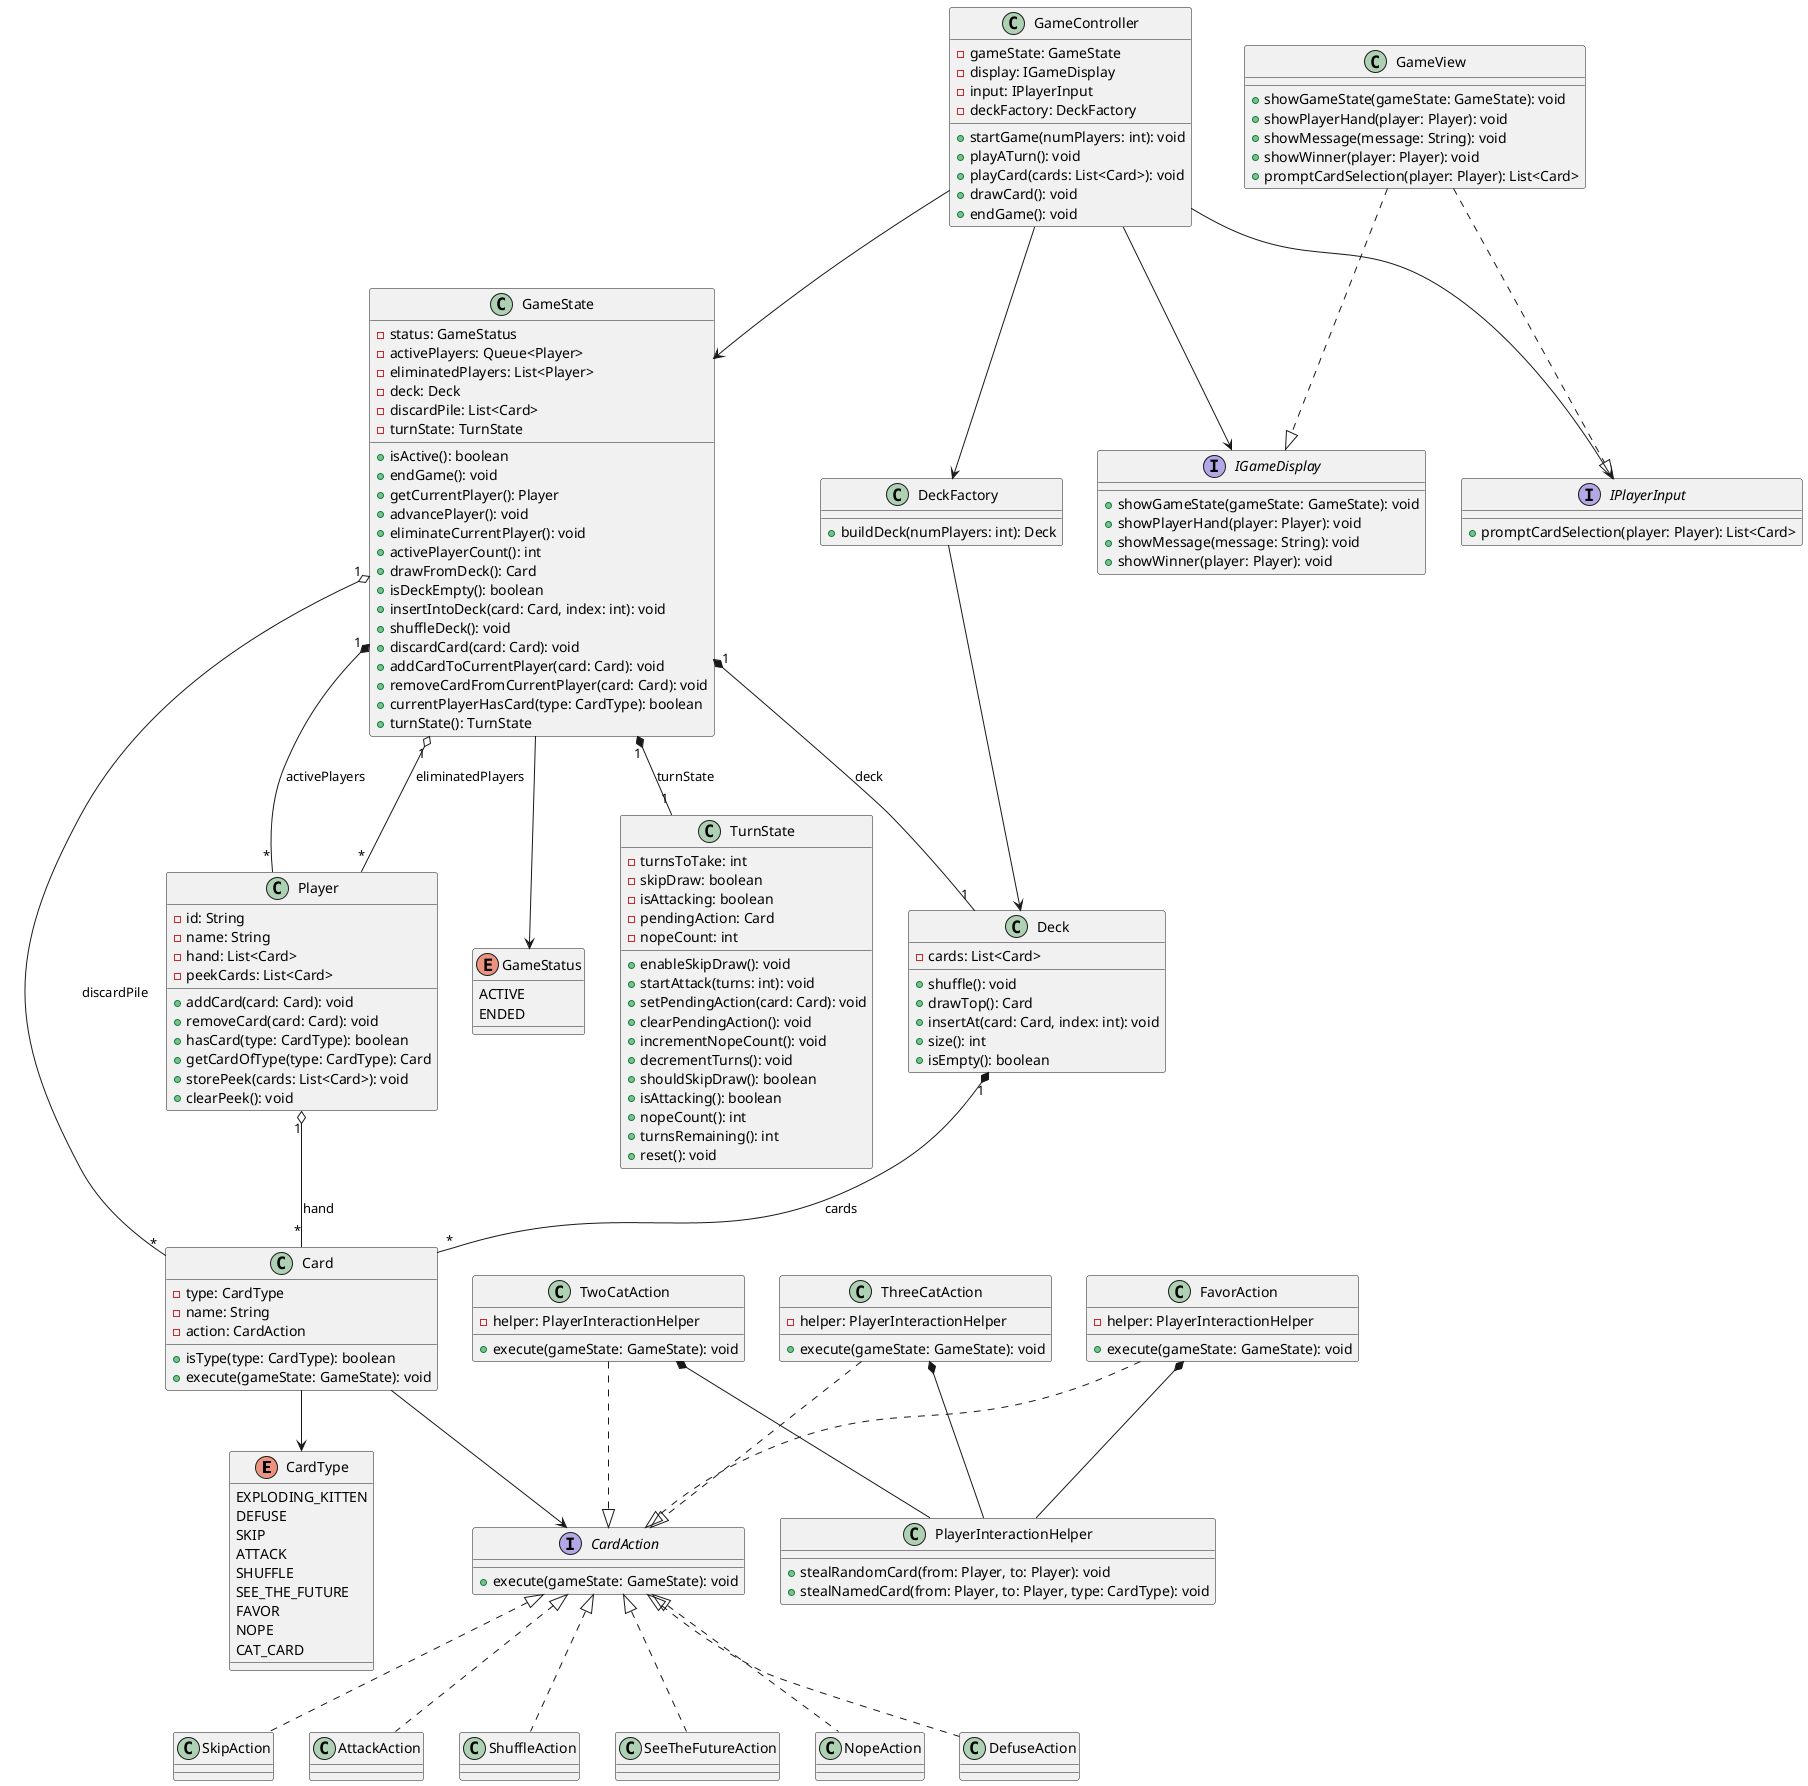
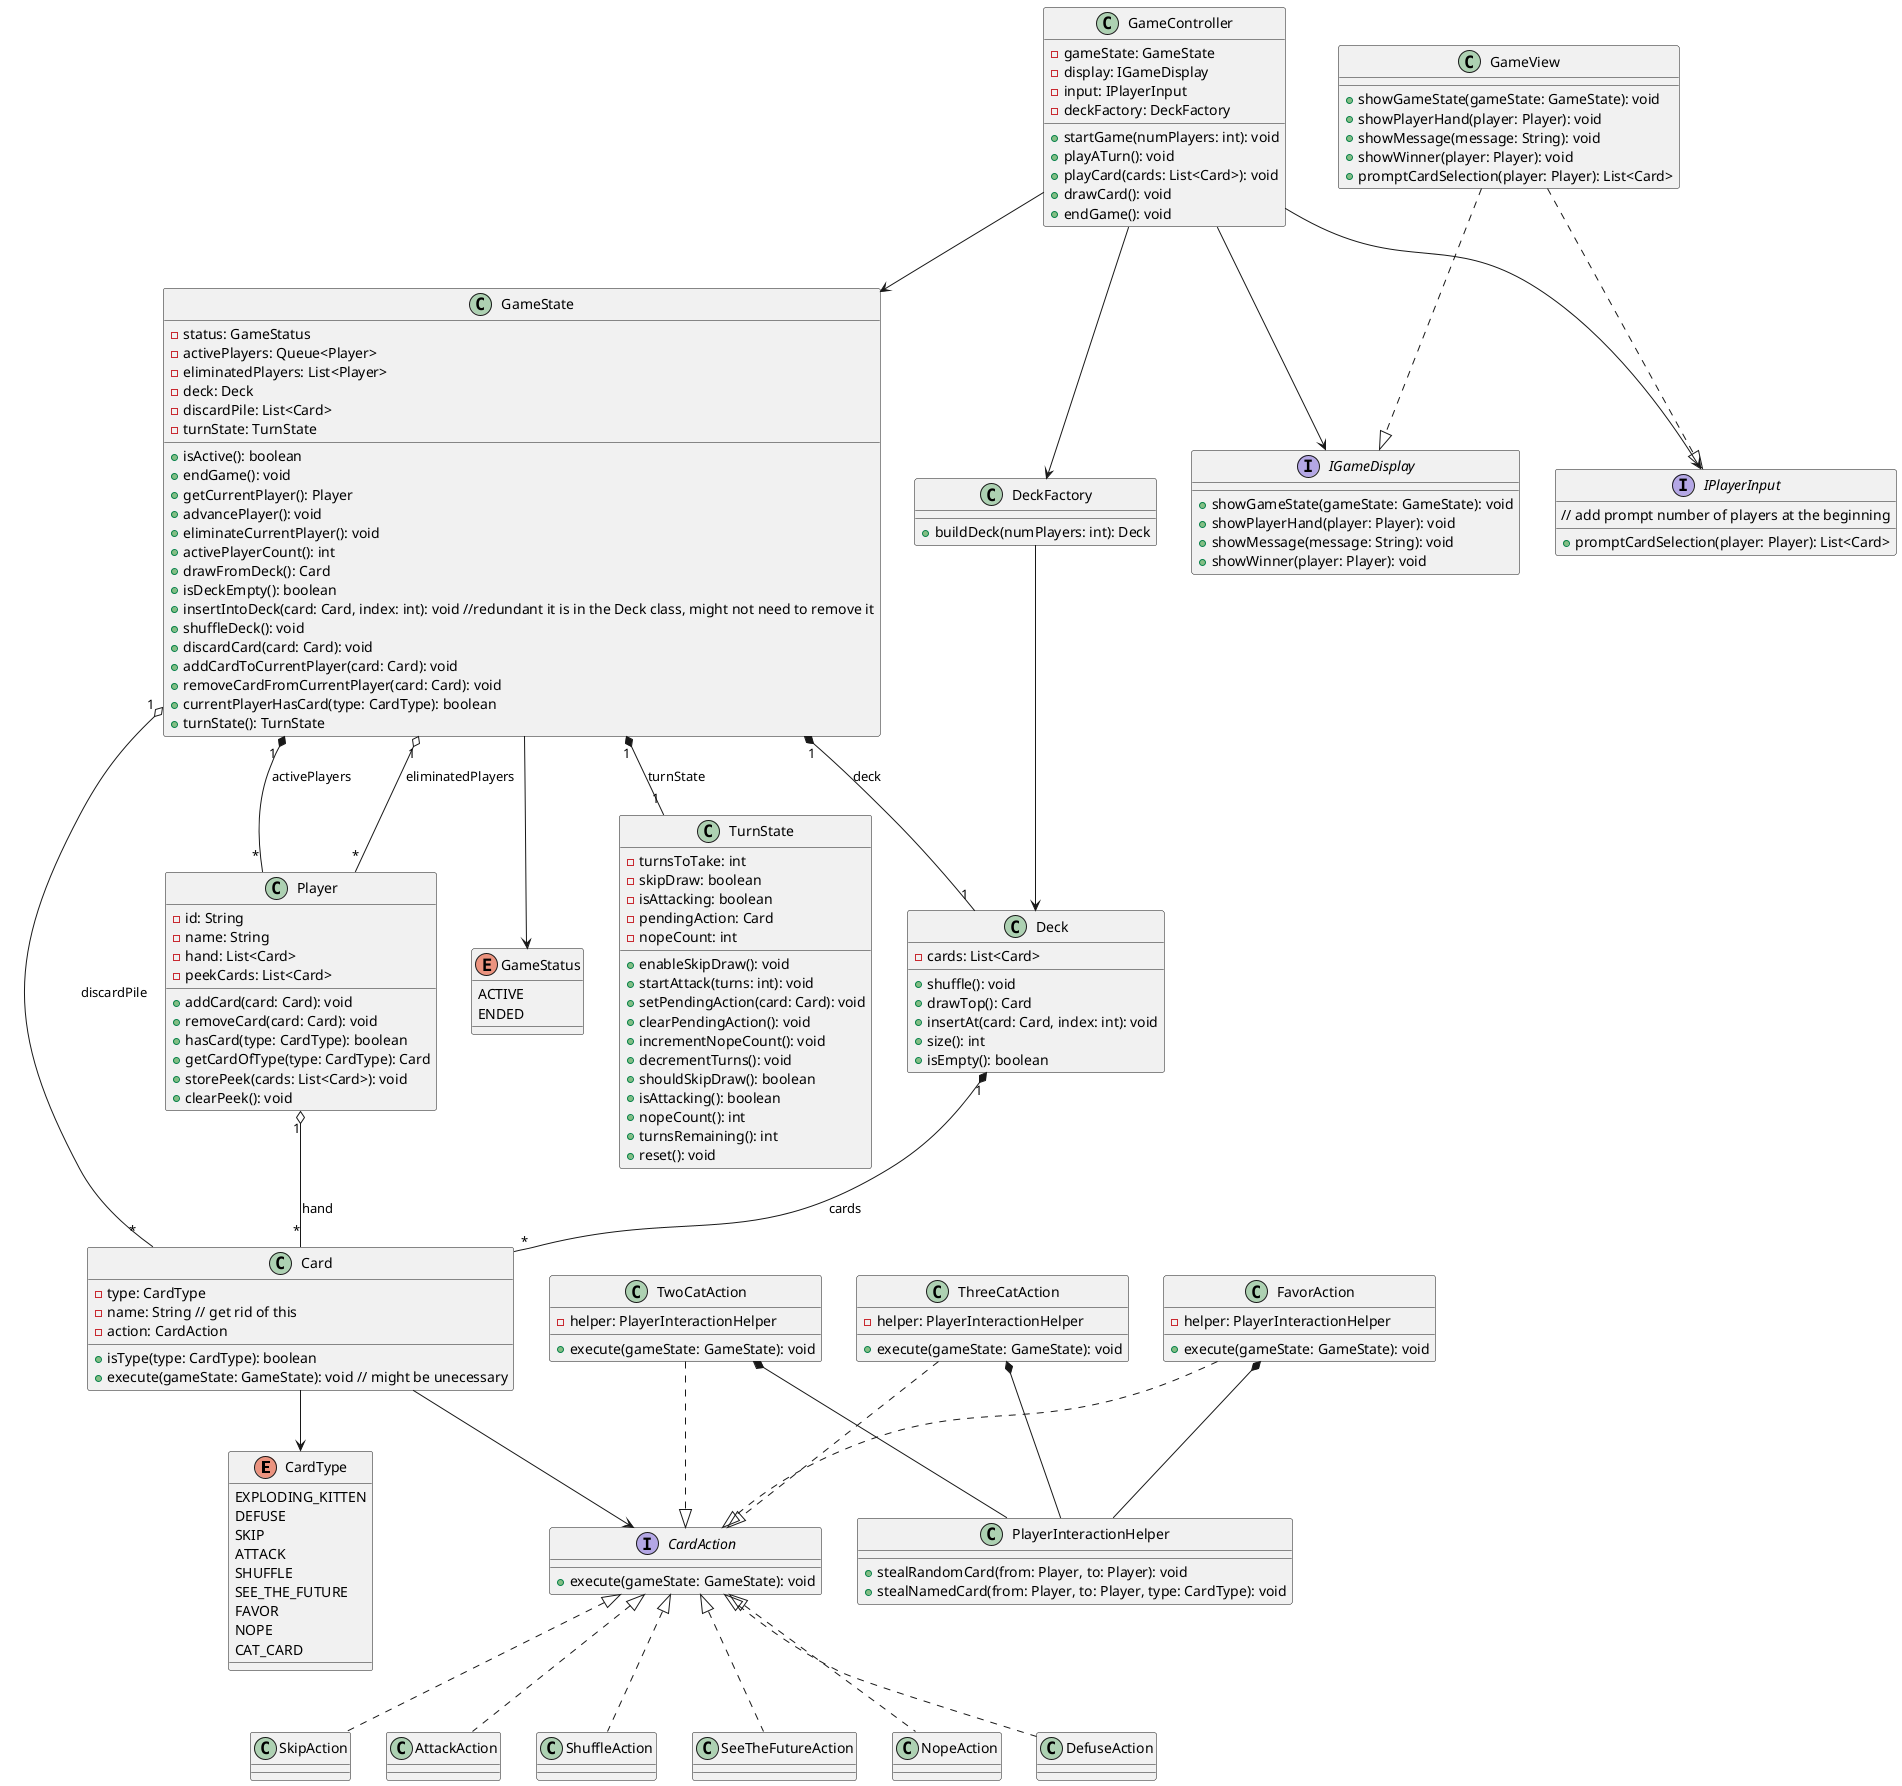
@startuml Exploding Kittens Class Diagram

' ── Enums ────────────────────────────────────────────────
enum CardType {
  EXPLODING_KITTEN
  DEFUSE
  SKIP
  ATTACK
  SHUFFLE
  SEE_THE_FUTURE
  FAVOR
  NOPE
  CAT_CARD
}

enum GameStatus {
  ACTIVE
  ENDED
}

' ── Card Action Strategy ──────────────────────────────────
interface CardAction {
  + execute(gameState: GameState): void
}

class SkipAction implements CardAction
class AttackAction implements CardAction
class ShuffleAction implements CardAction
class SeeTheFutureAction implements CardAction
class NopeAction implements CardAction
class DefuseAction implements CardAction

class PlayerInteractionHelper {
  + stealRandomCard(from: Player, to: Player): void
  + stealNamedCard(from: Player, to: Player, type: CardType): void
}

class FavorAction {
  - helper: PlayerInteractionHelper
  + execute(gameState: GameState): void
}

class TwoCatAction {
  - helper: PlayerInteractionHelper
  + execute(gameState: GameState): void
}

class ThreeCatAction {
  - helper: PlayerInteractionHelper
  + execute(gameState: GameState): void
}

FavorAction    ..|> CardAction
TwoCatAction   ..|> CardAction
ThreeCatAction ..|> CardAction

' ── Model ────────────────────────────────────────────────
class Card {
  - type: CardType
-   - name: String
+   - name: String // get rid of this
  - action: CardAction
  + isType(type: CardType): boolean
-   + execute(gameState: GameState): void
+   + execute(gameState: GameState): void // might be unecessary
}

class Player {
  - id: String
  - name: String
  - hand: List<Card>
  - peekCards: List<Card>
  + addCard(card: Card): void
  + removeCard(card: Card): void
  + hasCard(type: CardType): boolean
  + getCardOfType(type: CardType): Card
  + storePeek(cards: List<Card>): void
  + clearPeek(): void
}

class Deck {
  - cards: List<Card>
  + shuffle(): void
  + drawTop(): Card
  + insertAt(card: Card, index: int): void
  + size(): int
  + isEmpty(): boolean
}

class DeckFactory {
  + buildDeck(numPlayers: int): Deck
}

class TurnState {
  - turnsToTake: int
  - skipDraw: boolean
  - isAttacking: boolean
  - pendingAction: Card
  - nopeCount: int
  + enableSkipDraw(): void
  + startAttack(turns: int): void
  + setPendingAction(card: Card): void
  + clearPendingAction(): void
  + incrementNopeCount(): void
  + decrementTurns(): void
  + shouldSkipDraw(): boolean
  + isAttacking(): boolean
  + nopeCount(): int
  + turnsRemaining(): int
  + reset(): void
}

class GameState {
  - status: GameStatus
  - activePlayers: Queue<Player>
  - eliminatedPlayers: List<Player>
  - deck: Deck
  - discardPile: List<Card>
  - turnState: TurnState
  + isActive(): boolean
  + endGame(): void
  + getCurrentPlayer(): Player
  + advancePlayer(): void
  + eliminateCurrentPlayer(): void
  + activePlayerCount(): int
  + drawFromDeck(): Card
  + isDeckEmpty(): boolean
-   + insertIntoDeck(card: Card, index: int): void
+   + insertIntoDeck(card: Card, index: int): void //redundant it is in the Deck class, might not need to remove it
  + shuffleDeck(): void
  + discardCard(card: Card): void
  + addCardToCurrentPlayer(card: Card): void
  + removeCardFromCurrentPlayer(card: Card): void
  + currentPlayerHasCard(type: CardType): boolean
  + turnState(): TurnState
}

' ── View ─────────────────────────────────────────────────
interface IGameDisplay {
  + showGameState(gameState: GameState): void
  + showPlayerHand(player: Player): void
  + showMessage(message: String): void
  + showWinner(player: Player): void
}

interface IPlayerInput {
  + promptCardSelection(player: Player): List<Card>
+ // add prompt number of players at the beginning
}

class GameView {
  + showGameState(gameState: GameState): void
  + showPlayerHand(player: Player): void
  + showMessage(message: String): void
  + showWinner(player: Player): void
  + promptCardSelection(player: Player): List<Card>
}

GameView ..|> IGameDisplay
GameView ..|> IPlayerInput

' ── Controller ───────────────────────────────────────────
class GameController {
  - gameState: GameState
  - display: IGameDisplay
  - input: IPlayerInput
  - deckFactory: DeckFactory
  + startGame(numPlayers: int): void
  + playATurn(): void
  + playCard(cards: List<Card>): void
  + drawCard(): void
  + endGame(): void
}

' ── Relationships ─────────────────────────────────────────
Card --> CardType
Card --> CardAction

GameState --> GameStatus
GameState "1" *-- "1"   Deck      : deck
GameState "1" *-- "*"   Player    : activePlayers
GameState "1" o-- "*"   Player    : eliminatedPlayers
GameState "1" *-- "1"   TurnState : turnState
GameState "1" o-- "*"   Card      : discardPile

Player "1" o-- "*" Card : hand
Deck   "1" *-- "*" Card : cards

FavorAction    *-- PlayerInteractionHelper
TwoCatAction   *-- PlayerInteractionHelper
ThreeCatAction *-- PlayerInteractionHelper

GameController --> GameState
GameController --> IGameDisplay
GameController --> IPlayerInput
GameController --> DeckFactory

DeckFactory --> Deck

- @enduml+ @enduml
